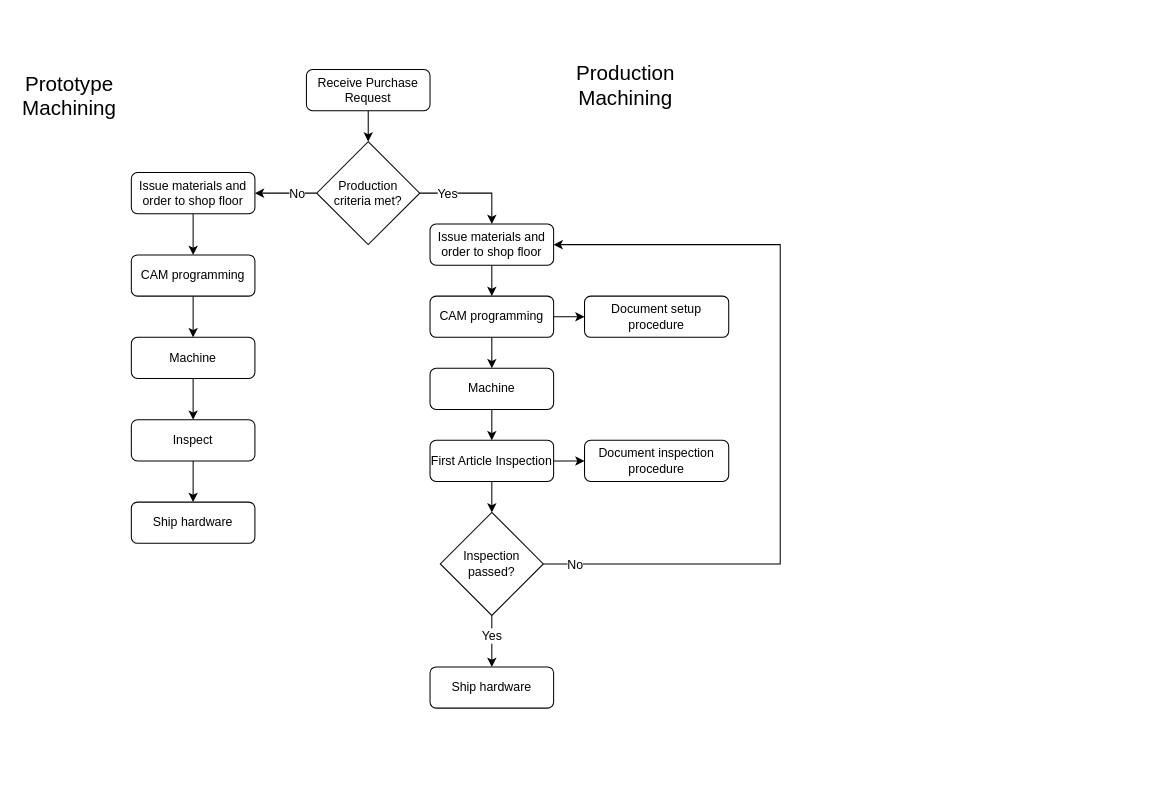
The draw.io diagram Untitled Diagram.drawio in denningta/diagrams, before the edit. Source tidied: cells renumbered, new cells numbered last; positions are measured from the earlier drawing's top-left corner, leaving out a move shared by most shapes. Both pictures are drawn from the tidied source at 103%, with x=0, y=0 at pixel (18, 69).
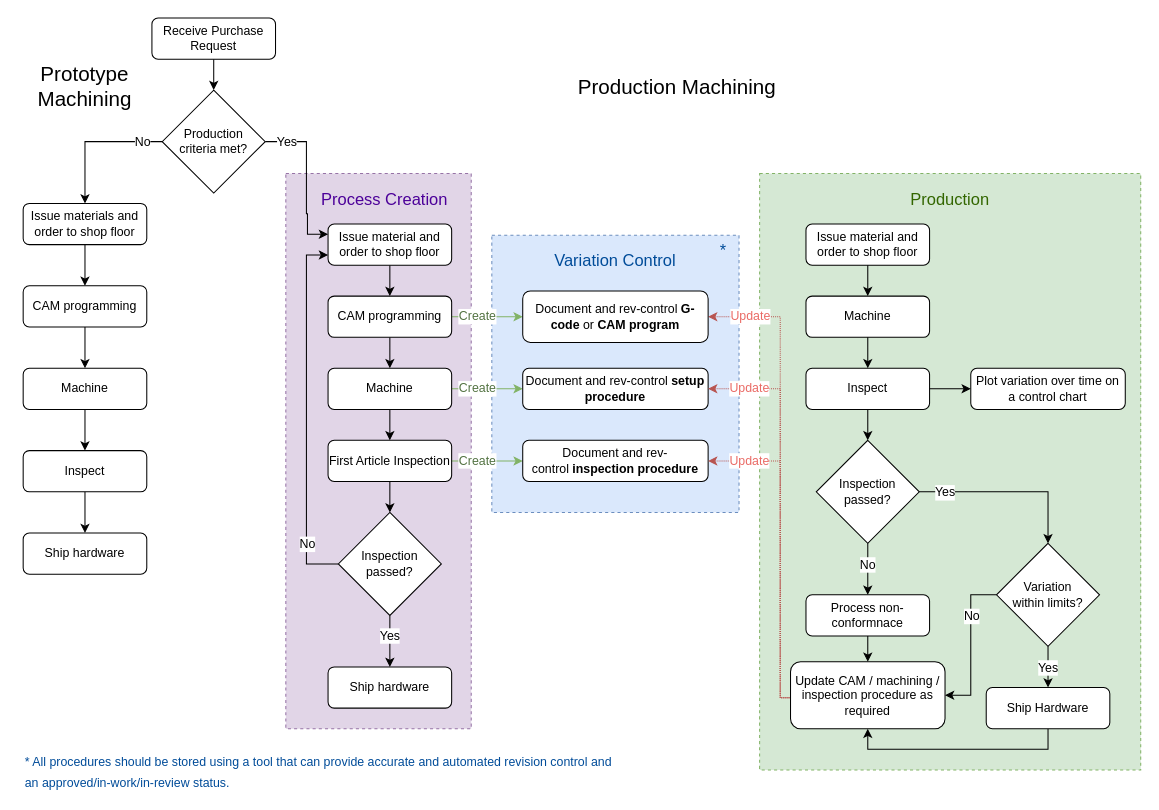
The same diagram, later.

Unchanged cells that the change refers to:
```xml
<mxCell id="27" style="edgeStyle=orthogonalEdgeStyle;rounded=0;jettySize=auto;html=1;fontSize=12;" parent="1" edge="1" source="29" target="3">
  <mxGeometry relative="1" as="geometry" />
</mxCell>
```

Change to the diagram source:
```diff
@@
+    <mxCell id="37" style="rounded=0;whiteSpace=wrap;html=1;dashed=1;labelBackgroundColor=#FFFFFF;fontSize=12;strokeColor=#82b366;fillColor=#d5e8d4;" parent="1" vertex="1">
+      <mxGeometry x="720" y="101" width="370" height="579" as="geometry" />
+    </mxCell>
+    <mxCell id="38" style="rounded=0;whiteSpace=wrap;html=1;dashed=1;labelBackgroundColor=#FFFFFF;fontSize=12;strokeColor=#6c8ebf;fillColor=#dae8fc;" parent="1" vertex="1">
+      <mxGeometry x="460" y="161" width="240" height="269" as="geometry" />
+    </mxCell>
+    <mxCell id="39" style="rounded=0;whiteSpace=wrap;html=1;dashed=1;labelBackgroundColor=#FFFFFF;fontSize=12;strokeColor=#9673a6;fillColor=#e1d5e7;" parent="1" vertex="1">
+      <mxGeometry x="260" y="101" width="180" height="539" as="geometry" />
+    </mxCell>
@@
     <mxCell id="3" value="Issue materials and order to shop floor" style="rounded=1;whiteSpace=wrap;html=1;fontSize=12;glass=0;strokeWidth=1;shadow=0;" parent="1" vertex="1">
-      <mxGeometry x="110" y="100" width="120" height="40" as="geometry" />
+      <mxGeometry x="5" y="130" width="120" height="40" as="geometry" />
     </mxCell>
@@
     <mxCell id="5" value="CAM programming" style="rounded=1;whiteSpace=wrap;html=1;fontSize=12;glass=0;strokeWidth=1;shadow=0;" parent="1" vertex="1">
-      <mxGeometry x="110" y="180" width="120" height="40" as="geometry" />
+      <mxGeometry x="5" y="210" width="120" height="40" as="geometry" />
     </mxCell>
@@
     <mxCell id="7" value="Machine" style="rounded=1;whiteSpace=wrap;html=1;fontSize=12;glass=0;strokeWidth=1;shadow=0;" parent="1" vertex="1">
-      <mxGeometry x="110" y="260" width="120" height="40" as="geometry" />
+      <mxGeometry x="5" y="290" width="120" height="40" as="geometry" />
     </mxCell>
@@
     <mxCell id="9" value="Inspect" style="rounded=1;whiteSpace=wrap;html=1;fontSize=12;glass=0;strokeWidth=1;shadow=0;" parent="1" vertex="1">
-      <mxGeometry x="110" y="340" width="120" height="40" as="geometry" />
+      <mxGeometry x="5" y="370" width="120" height="40" as="geometry" />
     </mxCell>
     <mxCell id="10" value="Ship hardware" style="rounded=1;whiteSpace=wrap;html=1;fontSize=12;glass=0;strokeWidth=1;shadow=0;" parent="1" vertex="1">
-      <mxGeometry x="110" y="420" width="120" height="40" as="geometry" />
+      <mxGeometry x="5" y="450" width="120" height="40" as="geometry" />
     </mxCell>
@@
     <mxCell id="12" value="Receive Purchase Request" style="rounded=1;whiteSpace=wrap;html=1;fontSize=12;glass=0;strokeWidth=1;shadow=0;" parent="1" vertex="1">
-      <mxGeometry x="280" width="120" height="40" as="geometry" />
+      <mxGeometry x="130" y="-50" width="120" height="40" as="geometry" />
     </mxCell>
@@
-    <mxCell id="14" value="Issue materials and order to shop floor" style="rounded=1;whiteSpace=wrap;html=1;fontSize=12;glass=0;strokeWidth=1;shadow=0;" parent="1" vertex="1">
-      <mxGeometry x="400" y="150" width="120" height="40" as="geometry" />
+    <mxCell id="14" value="Issue material and order to shop floor" style="rounded=1;whiteSpace=wrap;html=1;fontSize=12;glass=0;strokeWidth=1;shadow=0;" parent="1" vertex="1">
+      <mxGeometry x="301" y="150" width="120" height="40" as="geometry" />
     </mxCell>
@@
-    <mxCell id="16" style="edgeStyle=orthogonalEdgeStyle;rounded=0;jettySize=auto;html=1;fontSize=12;" parent="1" edge="1" source="17" target="30">
-      <mxGeometry relative="1" as="geometry" />
-    </mxCell>
+    <mxCell id="40" value="&lt;font color=&quot;#537342&quot;&gt;Create&lt;/font&gt;" style="edgeStyle=orthogonalEdgeStyle;rounded=0;jettySize=auto;html=1;entryX=0;entryY=0.5;entryDx=0;entryDy=0;fontSize=12;fontColor=#000000;fillColor=#d5e8d4;strokeColor=#82b366;" parent="1" edge="1" source="17" target="65">
+      <mxGeometry x="-0.27" relative="1" as="geometry">
+        <Array as="points">
+          <mxPoint x="470" y="240" />
+          <mxPoint x="470" y="240" />
+        </Array>
+      </mxGeometry>
+    </mxCell>
     <mxCell id="17" value="CAM programming" style="rounded=1;whiteSpace=wrap;html=1;fontSize=12;glass=0;strokeWidth=1;shadow=0;" parent="1" vertex="1">
-      <mxGeometry x="400" y="220" width="120" height="40" as="geometry" />
+      <mxGeometry x="301" y="220" width="120" height="40" as="geometry" />
     </mxCell>
@@
+    <mxCell id="41" value="&lt;font color=&quot;#537342&quot;&gt;Create&lt;/font&gt;" style="edgeStyle=orthogonalEdgeStyle;rounded=0;jettySize=auto;html=1;entryX=0;entryY=0.5;entryDx=0;entryDy=0;fontSize=12;fontColor=#000000;fillColor=#d5e8d4;strokeColor=#82b366;" parent="1" edge="1" source="19" target="30">
+      <mxGeometry x="-0.27" relative="1" as="geometry">
+        <Array as="points">
+          <mxPoint x="450" y="310" />
+          <mxPoint x="450" y="310" />
+        </Array>
+      </mxGeometry>
+    </mxCell>
     <mxCell id="19" value="Machine" style="rounded=1;whiteSpace=wrap;html=1;fontSize=12;glass=0;strokeWidth=1;shadow=0;" parent="1" vertex="1">
-      <mxGeometry x="400" y="290" width="120" height="40" as="geometry" />
+      <mxGeometry x="301" y="290" width="120" height="40" as="geometry" />
     </mxCell>
@@
-    <mxCell id="21" style="edgeStyle=orthogonalEdgeStyle;rounded=0;jettySize=auto;html=1;entryX=0;entryY=0.5;entryDx=0;entryDy=0;fontSize=12;" parent="1" edge="1" source="22" target="31">
-      <mxGeometry relative="1" as="geometry" />
+    <mxCell id="21" value="&lt;font color=&quot;#537342&quot;&gt;Create&lt;/font&gt;" style="edgeStyle=orthogonalEdgeStyle;rounded=0;jettySize=auto;html=1;entryX=0;entryY=0.5;entryDx=0;entryDy=0;fontSize=12;fillColor=#d5e8d4;strokeColor=#82b366;" parent="1" edge="1" source="22" target="31">
+      <mxGeometry x="-0.27" relative="1" as="geometry" />
     </mxCell>
     <mxCell id="22" value="First Article Inspection" style="rounded=1;whiteSpace=wrap;html=1;fontSize=12;glass=0;strokeWidth=1;shadow=0;" parent="1" vertex="1">
-      <mxGeometry x="400" y="360" width="120" height="40" as="geometry" />
+      <mxGeometry x="301" y="360" width="120" height="40" as="geometry" />
     </mxCell>
     <mxCell id="23" value="&lt;font style=&quot;font-size: 20px&quot;&gt;Prototype Machining&lt;/font&gt;" style="text;html=1;strokeColor=none;fillColor=none;align=center;verticalAlign=middle;whiteSpace=wrap;rounded=0;" parent="1" vertex="1">
-      <mxGeometry y="10" width="100" height="30" as="geometry" />
+      <mxGeometry x="15" y="1" width="100" height="30" as="geometry" />
     </mxCell>
     <mxCell id="24" value="&lt;font style=&quot;font-size: 20px&quot;&gt;Production Machining&lt;/font&gt;" style="text;html=1;strokeColor=none;fillColor=none;align=center;verticalAlign=middle;whiteSpace=wrap;rounded=0;" parent="1" vertex="1">
-      <mxGeometry x="540" width="100" height="30" as="geometry" />
+      <mxGeometry x="505" y="1" width="270" height="30" as="geometry" />
     </mxCell>
-    <mxCell id="25" style="edgeStyle=orthogonalEdgeStyle;rounded=0;jettySize=auto;html=1;entryX=0.5;entryY=0;entryDx=0;entryDy=0;fontSize=12;" parent="1" edge="1" source="29" target="14">
-      <mxGeometry relative="1" as="geometry" />
+    <mxCell id="25" style="edgeStyle=orthogonalEdgeStyle;rounded=0;jettySize=auto;html=1;entryX=0;entryY=0.25;entryDx=0;entryDy=0;fontSize=12;exitX=1;exitY=0.5;exitDx=0;exitDy=0;" parent="1" edge="1" source="29" target="14">
+      <mxGeometry relative="1" as="geometry">
+        <Array as="points">
+          <mxPoint x="280" y="70" />
+          <mxPoint x="280" y="140" />
+          <mxPoint x="281" y="140" />
+          <mxPoint x="281" y="160" />
+        </Array>
+      </mxGeometry>
     </mxCell>
     <mxCell id="26" value="Yes" style="edgeLabel;html=1;align=center;verticalAlign=middle;fontSize=12;" parent="25" vertex="1">
       <mxGeometry x="-0.84" y="3" relative="1" as="geometry">
-        <mxPoint x="18" y="3" as="offset" />
+        <mxPoint x="8" y="3" as="offset" />
       </mxGeometry>
     </mxCell>
@@
     <mxCell id="28" value="No" style="edgeLabel;html=1;align=center;verticalAlign=middle;fontSize=12;" parent="27" vertex="1">
       <mxGeometry x="0.2" y="1" relative="1" as="geometry">
-        <mxPoint x="16" y="-1" as="offset" />
+        <mxPoint x="54" y="-6" as="offset" />
       </mxGeometry>
     </mxCell>
     <mxCell id="29" value="Production criteria met?" style="rhombus;whiteSpace=wrap;html=1;fontSize=12;spacingLeft=13;spacingRight=13;" parent="1" vertex="1">
-      <mxGeometry x="290" y="70" width="100" height="100" as="geometry" />
+      <mxGeometry x="140" y="20" width="100" height="100" as="geometry" />
     </mxCell>
-    <mxCell id="30" value="Document setup procedure" style="whiteSpace=wrap;html=1;rounded=1;glass=0;strokeWidth=1;shadow=0;" parent="1" vertex="1">
-      <mxGeometry x="550" y="220" width="140" height="40" as="geometry" />
-    </mxCell>
-    <mxCell id="31" value="Document inspection procedure" style="whiteSpace=wrap;html=1;rounded=1;glass=0;strokeWidth=1;shadow=0;" parent="1" vertex="1">
-      <mxGeometry x="550" y="360" width="140" height="40" as="geometry" />
+    <mxCell id="31" value="Document and rev-control&amp;nbsp;&lt;b&gt;inspection procedure&lt;/b&gt;" style="whiteSpace=wrap;html=1;rounded=1;glass=0;strokeWidth=1;shadow=0;" parent="1" vertex="1">
+      <mxGeometry x="490" y="360" width="180" height="40" as="geometry" />
     </mxCell>
@@
-    <mxCell id="33" style="edgeStyle=orthogonalEdgeStyle;rounded=0;jettySize=auto;html=1;fontSize=12;entryX=1;entryY=0.5;entryDx=0;entryDy=0;" parent="1" edge="1" source="35" target="14">
+    <mxCell id="33" style="edgeStyle=orthogonalEdgeStyle;rounded=0;jettySize=auto;html=1;fontSize=12;entryX=0;entryY=0.75;entryDx=0;entryDy=0;" parent="1" edge="1" source="35" target="14">
       <mxGeometry relative="1" as="geometry">
         <Array as="points">
-          <mxPoint x="740" y="480" />
-          <mxPoint x="740" y="170" />
+          <mxPoint x="280" y="480" />
+          <mxPoint x="280" y="180" />
         </Array>
       </mxGeometry>
     </mxCell>
     <mxCell id="34" value="No" style="edgeLabel;html=1;align=center;verticalAlign=middle;fontSize=12;" parent="33" vertex="1">
       <mxGeometry x="-0.86" y="-2" relative="1" as="geometry">
-        <mxPoint x="-23" y="-2" as="offset" />
+        <mxPoint x="-6" y="-18" as="offset" />
       </mxGeometry>
     </mxCell>
     <mxCell id="35" value="Inspection passed?" style="rhombus;whiteSpace=wrap;html=1;fontSize=12;spacingLeft=13;spacingRight=13;" parent="1" vertex="1">
-      <mxGeometry x="410" y="430" width="100" height="100" as="geometry" />
+      <mxGeometry x="311" y="430" width="100" height="100" as="geometry" />
     </mxCell>
     <mxCell id="36" value="Ship hardware" style="rounded=1;whiteSpace=wrap;html=1;fontSize=12;glass=0;strokeWidth=1;shadow=0;" parent="1" vertex="1">
-      <mxGeometry x="400" y="580" width="120" height="40" as="geometry" />
+      <mxGeometry x="301" y="580" width="120" height="40" as="geometry" />
     </mxCell>
+    <mxCell id="42" value="Issue material and order to shop floor" style="rounded=1;whiteSpace=wrap;html=1;fontSize=12;glass=0;strokeWidth=1;shadow=0;" parent="1" vertex="1">
+      <mxGeometry x="765" y="150" width="120" height="40" as="geometry" />
+    </mxCell>
+    <mxCell id="43" value="Machine" style="rounded=1;whiteSpace=wrap;html=1;fontSize=12;glass=0;strokeWidth=1;shadow=0;" parent="1" vertex="1">
+      <mxGeometry x="765" y="220" width="120" height="40" as="geometry" />
+    </mxCell>
+    <mxCell id="44" style="edgeStyle=orthogonalEdgeStyle;rounded=0;jettySize=auto;html=1;entryX=0.5;entryY=0;entryDx=0;entryDy=0;fontSize=12;fontColor=#9F40FF;" parent="1" edge="1" source="42" target="43">
+      <mxGeometry relative="1" as="geometry" />
+    </mxCell>
+    <mxCell id="45" style="edgeStyle=orthogonalEdgeStyle;rounded=0;jettySize=auto;html=1;fontSize=12;fontColor=#0000FF;" parent="1" edge="1" source="46" target="51">
+      <mxGeometry relative="1" as="geometry" />
+    </mxCell>
+    <mxCell id="46" value="Inspect" style="rounded=1;whiteSpace=wrap;html=1;fontSize=12;glass=0;strokeWidth=1;shadow=0;" parent="1" vertex="1">
+      <mxGeometry x="765" y="290" width="120" height="40" as="geometry" />
+    </mxCell>
+    <mxCell id="47" style="edgeStyle=orthogonalEdgeStyle;rounded=0;jettySize=auto;html=1;entryX=0.5;entryY=0;entryDx=0;entryDy=0;fontSize=12;fontColor=#9F40FF;" parent="1" edge="1" source="43" target="46">
+      <mxGeometry relative="1" as="geometry" />
+    </mxCell>
+    <mxCell id="48" value="Plot variation over time on a control chart" style="rounded=1;whiteSpace=wrap;html=1;fontSize=12;glass=0;strokeWidth=1;shadow=0;" parent="1" vertex="1">
+      <mxGeometry x="925" y="290" width="150" height="40" as="geometry" />
+    </mxCell>
+    <mxCell id="49" style="edgeStyle=orthogonalEdgeStyle;rounded=0;jettySize=auto;html=1;fontSize=12;fontColor=#9F40FF;entryX=0;entryY=0.5;entryDx=0;entryDy=0;" parent="1" edge="1" source="46" target="48">
+      <mxGeometry relative="1" as="geometry" />
+    </mxCell>
+    <mxCell id="50" value="No&lt;br&gt;" style="edgeStyle=orthogonalEdgeStyle;rounded=0;jettySize=auto;html=1;fontSize=12;fontColor=#000000;entryX=0.5;entryY=0;entryDx=0;entryDy=0;" parent="1" edge="1" source="51" target="60">
+      <mxGeometry x="-0.16" relative="1" as="geometry">
+        <Array as="points">
+          <mxPoint x="825" y="470" />
+          <mxPoint x="825" y="470" />
+        </Array>
+      </mxGeometry>
+    </mxCell>
+    <mxCell id="51" value="Inspection passed?" style="rhombus;whiteSpace=wrap;html=1;fontSize=12;spacingLeft=13;spacingRight=13;" parent="1" vertex="1">
+      <mxGeometry x="775" y="360" width="100" height="100" as="geometry" />
+    </mxCell>
+    <mxCell id="52" value="Yes" style="edgeStyle=orthogonalEdgeStyle;rounded=0;jettySize=auto;html=1;fontSize=12;fontColor=#000000;entryX=0.5;entryY=0;entryDx=0;entryDy=0;" parent="1" edge="1" source="51" target="56">
+      <mxGeometry x="-0.71" y="-1" relative="1" as="geometry" />
+    </mxCell>
+    <mxCell id="53" value="Yes" style="edgeStyle=orthogonalEdgeStyle;rounded=0;jettySize=auto;html=1;fontSize=12;fontColor=#000000;" parent="1" edge="1" source="56" target="58">
+      <mxGeometry x="0.05" relative="1" as="geometry">
+        <Array as="points">
+          <mxPoint x="1000" y="571" />
+          <mxPoint x="1000" y="571" />
+        </Array>
+      </mxGeometry>
+    </mxCell>
+    <mxCell id="54" style="edgeStyle=orthogonalEdgeStyle;rounded=0;jettySize=auto;html=1;entryX=1;entryY=0.5;entryDx=0;entryDy=0;fontSize=12;fontColor=#000000;" parent="1" edge="1" source="56" target="64">
+      <mxGeometry relative="1" as="geometry" />
+    </mxCell>
+    <mxCell id="55" value="No" style="edgeLabel;html=1;align=center;verticalAlign=middle;fontSize=12;fontColor=#000000;" parent="54" vertex="1">
+      <mxGeometry x="-0.27" y="-1" relative="1" as="geometry">
+        <mxPoint x="1" y="-9" as="offset" />
+      </mxGeometry>
+    </mxCell>
+    <mxCell id="56" value="Variation within limits?" style="rhombus;whiteSpace=wrap;html=1;fontSize=12;spacingLeft=13;spacingRight=13;" parent="1" vertex="1">
+      <mxGeometry x="950" y="460" width="100" height="100" as="geometry" />
+    </mxCell>
+    <mxCell id="57" style="edgeStyle=orthogonalEdgeStyle;rounded=0;jettySize=auto;html=1;entryX=0.5;entryY=1;entryDx=0;entryDy=0;fontSize=12;fontColor=#000000;exitX=0.5;exitY=1;exitDx=0;exitDy=0;" parent="1" edge="1" source="58" target="64">
+      <mxGeometry relative="1" as="geometry">
+        <Array as="points">
+          <mxPoint x="1000" y="660" />
+          <mxPoint x="825" y="660" />
+        </Array>
+      </mxGeometry>
+    </mxCell>
+    <mxCell id="58" value="Ship Hardware" style="rounded=1;whiteSpace=wrap;html=1;spacingLeft=13;spacingRight=13;" parent="1" vertex="1">
+      <mxGeometry x="940" y="600" width="120" height="40" as="geometry" />
+    </mxCell>
+    <mxCell id="30" value="Document and rev-control&amp;nbsp;&lt;b&gt;setup procedure&lt;/b&gt;" style="whiteSpace=wrap;html=1;rounded=1;glass=0;strokeWidth=1;shadow=0;" parent="1" vertex="1">
+      <mxGeometry x="490" y="290" width="180" height="40" as="geometry" />
+    </mxCell>
+    <mxCell id="59" style="edgeStyle=orthogonalEdgeStyle;rounded=0;jettySize=auto;html=1;fontSize=12;fontColor=#000000;" parent="1" edge="1" source="60" target="64">
+      <mxGeometry relative="1" as="geometry" />
+    </mxCell>
+    <mxCell id="60" value="Process non-conformnace" style="rounded=1;whiteSpace=wrap;html=1;fontSize=12;glass=0;strokeWidth=1;shadow=0;" parent="1" vertex="1">
+      <mxGeometry x="765" y="510" width="120" height="40" as="geometry" />
+    </mxCell>
+    <mxCell id="61" value="&lt;font color=&quot;#ea6b66&quot;&gt;Update&lt;/font&gt;" style="edgeStyle=orthogonalEdgeStyle;rounded=0;jettySize=auto;html=1;entryX=1;entryY=0.5;entryDx=0;entryDy=0;fontSize=12;fontColor=#000000;fillColor=#f8cecc;strokeColor=#b85450;dashed=1;dashPattern=1 1;" parent="1" edge="1" source="64" target="31">
+      <mxGeometry x="0.74" relative="1" as="geometry">
+        <Array as="points">
+          <mxPoint x="740" y="610" />
+          <mxPoint x="740" y="380" />
+        </Array>
+      </mxGeometry>
+    </mxCell>
+    <mxCell id="62" value="&lt;font color=&quot;#ea6b66&quot;&gt;Update&lt;/font&gt;" style="edgeStyle=orthogonalEdgeStyle;rounded=0;jettySize=auto;html=1;entryX=1;entryY=0.5;entryDx=0;entryDy=0;fontSize=12;fontColor=#000000;fillColor=#f8cecc;strokeColor=#b85450;dashed=1;dashPattern=1 1;" parent="1" edge="1" source="64" target="30">
+      <mxGeometry x="0.79" relative="1" as="geometry">
+        <Array as="points">
+          <mxPoint x="740" y="610" />
+          <mxPoint x="740" y="310" />
+        </Array>
+      </mxGeometry>
+    </mxCell>
+    <mxCell id="63" value="&lt;font color=&quot;#ea6b66&quot;&gt;Update&lt;/font&gt;" style="edgeStyle=orthogonalEdgeStyle;rounded=0;jettySize=auto;html=1;entryX=1;entryY=0.5;entryDx=0;entryDy=0;fontSize=12;fontColor=#000000;fillColor=#f8cecc;strokeColor=#b85450;dashed=1;dashPattern=1 1;" parent="1" edge="1" source="64" target="65">
+      <mxGeometry x="0.82" relative="1" as="geometry">
+        <Array as="points">
+          <mxPoint x="740" y="610" />
+          <mxPoint x="740" y="240" />
+        </Array>
+      </mxGeometry>
+    </mxCell>
+    <mxCell id="64" value="Update CAM / machining / inspection procedure as required" style="rounded=1;whiteSpace=wrap;html=1;fontSize=12;glass=0;strokeWidth=1;shadow=0;" parent="1" vertex="1">
+      <mxGeometry x="750" y="575" width="150" height="65" as="geometry" />
+    </mxCell>
+    <mxCell id="65" value="Document and rev-control &lt;b&gt;G-code &lt;/b&gt;or &lt;b&gt;CAM program&lt;/b&gt;" style="whiteSpace=wrap;html=1;rounded=1;glass=0;strokeWidth=1;shadow=0;" parent="1" vertex="1">
+      <mxGeometry x="490" y="215" width="180" height="50" as="geometry" />
+    </mxCell>
+    <mxCell id="66" value="&lt;font style=&quot;font-size: 16px;&quot;&gt;Process Creation&lt;/font&gt;" style="text;html=1;strokeColor=none;fillColor=none;align=center;verticalAlign=middle;whiteSpace=wrap;rounded=0;fontSize=16;fontColor=#4C0099;" parent="1" vertex="1">
+      <mxGeometry x="291" y="111" width="130" height="30" as="geometry" />
+    </mxCell>
+    <mxCell id="67" value="&lt;font style=&quot;font-size: 16px&quot;&gt;Variation Control&lt;/font&gt;" style="text;html=1;align=center;verticalAlign=middle;whiteSpace=wrap;rounded=0;fontSize=16;fontColor=#004C99;" parent="1" vertex="1">
+      <mxGeometry x="515" y="170" width="130" height="30" as="geometry" />
+    </mxCell>
+    <mxCell id="68" value="&lt;font style=&quot;font-size: 16px&quot;&gt;Production&lt;/font&gt;" style="text;html=1;align=center;verticalAlign=middle;whiteSpace=wrap;rounded=0;fontSize=16;fontColor=#336600;" parent="1" vertex="1">
+      <mxGeometry x="840" y="111" width="130" height="30" as="geometry" />
+    </mxCell>
+    <mxCell id="69" value="&lt;font style=&quot;font-size: 16px&quot;&gt;*&lt;/font&gt;" style="text;html=1;align=center;verticalAlign=middle;whiteSpace=wrap;rounded=0;fontSize=16;fontColor=#004C99;" parent="1" vertex="1">
+      <mxGeometry x="670" y="161" width="30" height="30" as="geometry" />
+    </mxCell>
+    <mxCell id="70" value="&lt;font style=&quot;font-size: 12px&quot;&gt;* All procedures should be stored using a tool that can provide accurate and automated revision control and an approved/in-work/in-review status.&lt;/font&gt;" style="text;html=1;align=left;verticalAlign=middle;whiteSpace=wrap;rounded=0;fontSize=16;fontColor=#004C99;" parent="1" vertex="1">
+      <mxGeometry x="5" y="660" width="580" height="41" as="geometry" />
+    </mxCell>
```
